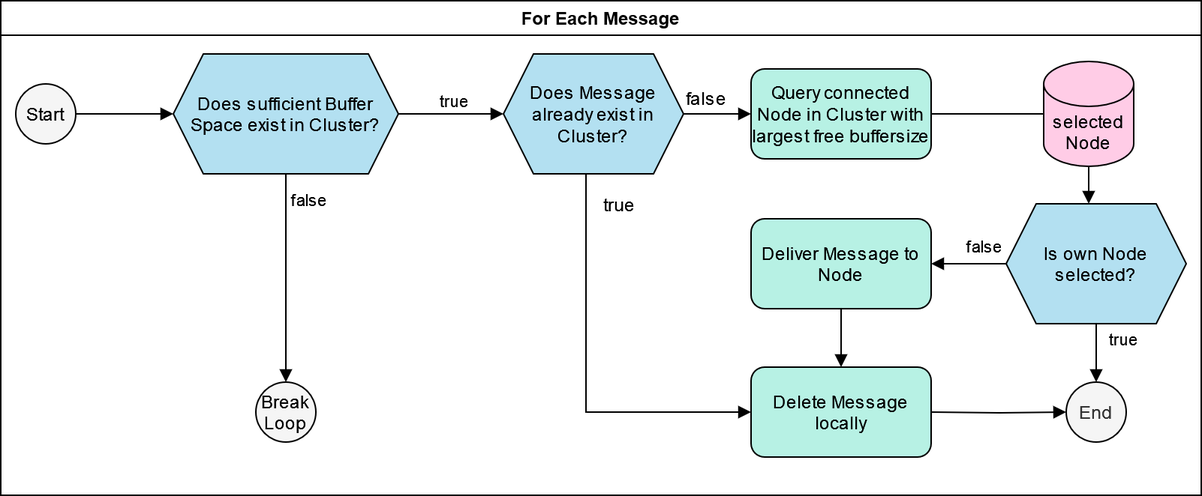
Before: Plots and Figures/FlowChartDeliveryHomeCluster2.png, a diagram exported from draw.io (f-schi/SprayLearnWait). Source tidied: cells renumbered, new cells last; positions are measured from the earlier drawing's top-left corner, leaving out a move shared by most shapes.
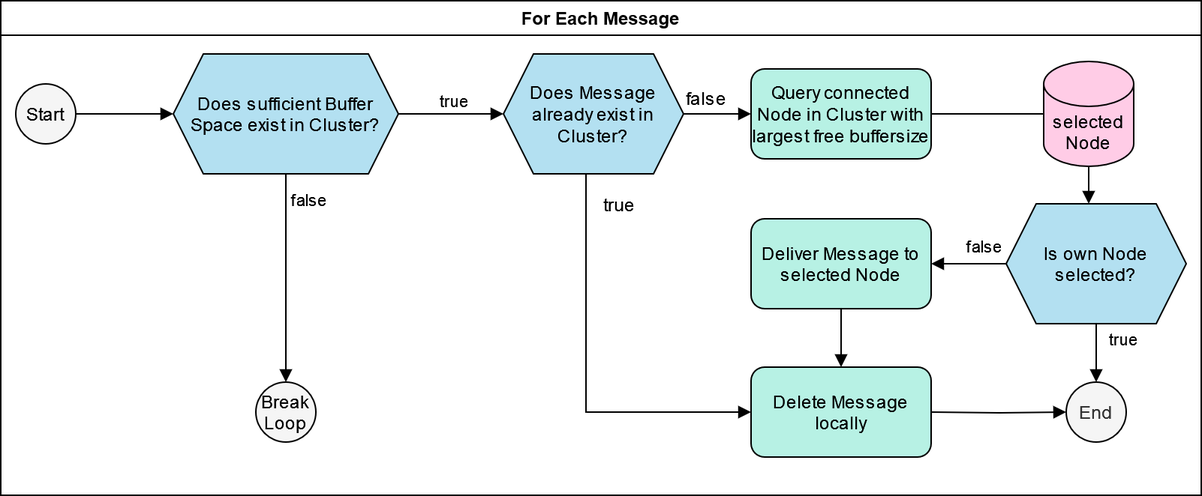
After the change.

Change to the diagram source:
```diff
@@ -51,7 +51,7 @@
         <mxPoint x="560" y="244.5" as="targetPoint" />
       </mxGeometry>
     </mxCell>
-    <mxCell id="17" value="Deliver Message to Node" style="rounded=1;whiteSpace=wrap;html=1;fillColor=#B7F1E4;" parent="3" vertex="1">
+    <mxCell id="17" value="Deliver Message to selected Node" style="rounded=1;whiteSpace=wrap;html=1;fillColor=#B7F1E4;" parent="3" vertex="1">
       <mxGeometry x="500" y="145.5" width="120" height="60" as="geometry" />
     </mxCell>
     <mxCell id="18" style="edgeStyle=orthogonalEdgeStyle;rounded=0;jettySize=auto;html=1;endArrow=block;endFill=1;" parent="3" edge="1" target="15">
```
